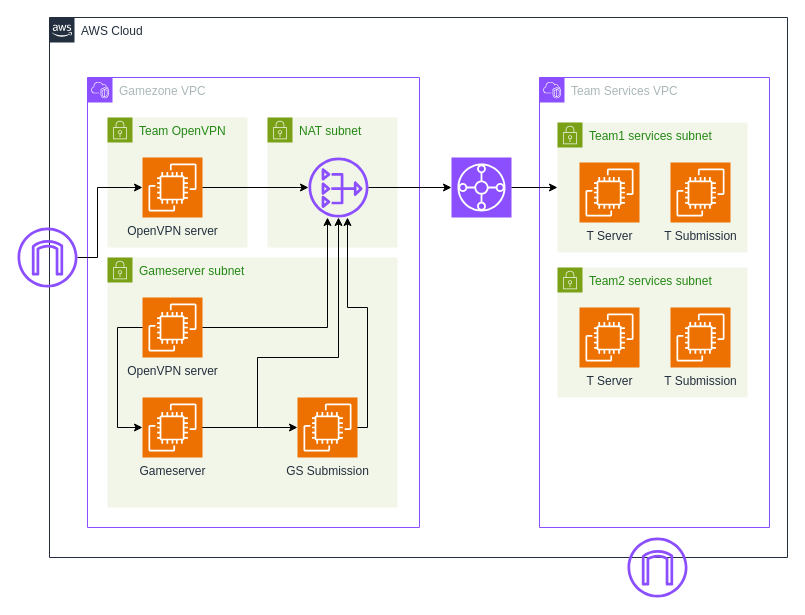
Tknika/ctf-gameserver-terraform keeps this draw.io diagram as Untitled Diagram.drawio. Above is the earlier version. Source tidied: cells renumbered, new cells numbered last; positions are measured from the earlier drawing's top-left corner, leaving out a move shared by most shapes. Both pictures are drawn from the tidied source at 100%, with x=0, y=0 at pixel (17, 17).
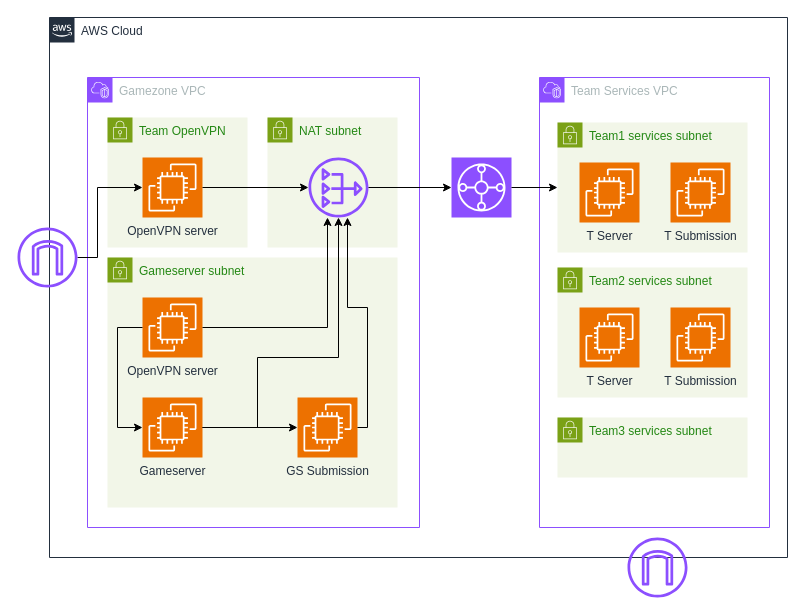
The same diagram, later.

The change refers to these unchanged cells:
```xml
<mxCell id="18" value="Team Services VPC" style="gradientColor=none;html=1;whiteSpace=wrap;fontSize=12;fontStyle=0;shape=mxgraph.aws4.group;grIcon=mxgraph.aws4.group_vpc2;strokeColor=#8C4FFF;fillColor=none;verticalAlign=top;align=left;spacingLeft=30;fontColor=#AAB7B8;dashed=0;" parent="2" vertex="1">
  <mxGeometry x="490" y="60" width="230" height="450" as="geometry" />
</mxCell>
```

Change to the diagram source:
```diff
@@
+    <mxCell id="31" value="Team3 services subnet" style="gradientColor=none;html=1;whiteSpace=wrap;fontSize=12;fontStyle=0;shape=mxgraph.aws4.group;grIcon=mxgraph.aws4.group_security_group;grStroke=0;strokeColor=#7AA116;fillColor=#F2F6E8;verticalAlign=top;align=left;spacingLeft=30;fontColor=#248814;dashed=0;" parent="18" vertex="1">
+      <mxGeometry x="18" y="340" width="190" height="60" as="geometry" />
+    </mxCell>
```
